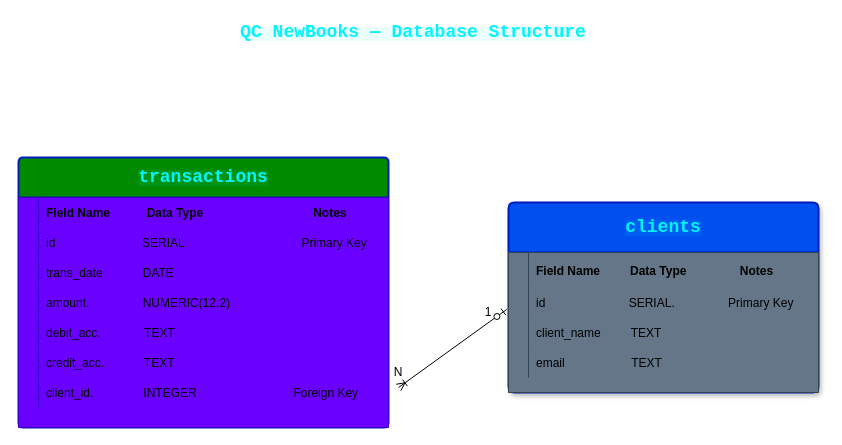
Earlier version of the draw.io diagram page "Part B — ERD" (2 of 2) of QC_NewBooks_Diagrams.drawio (RBOUHOUCHE/diagram-qc-new-books). Source tidied: cells renumbered, new cells numbered last; positions are measured from the earlier drawing's top-left corner, leaving out a move shared by most shapes. Both pictures are drawn from the tidied source at 100%, with x=0, y=0 at pixel (18, 17).
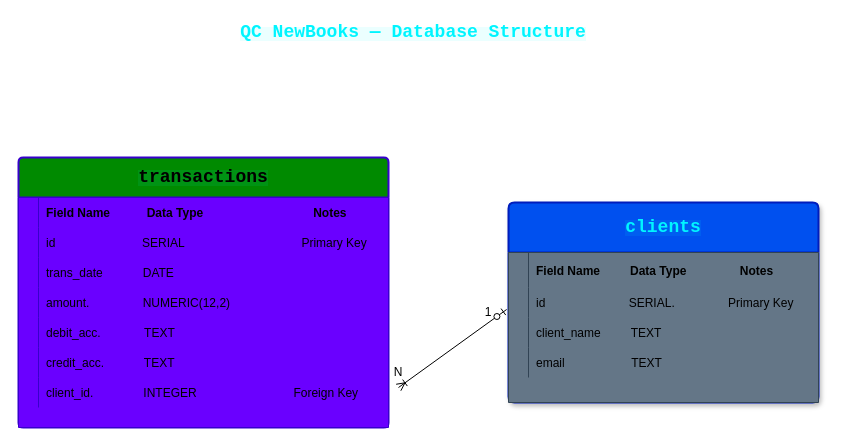
The same diagram, later.

Diff of the diagram source:
```diff
@@
-    <mxCell id="3" value="&lt;span style=&quot;font-family: &amp;quot;Share Tech Mono&amp;quot;, monospace; font-style: normal; font-variant-ligatures: normal; font-variant-caps: normal; letter-spacing: normal; orphans: 2; text-align: start; text-indent: 0px; text-transform: none; widows: 2; word-spacing: 0px; -webkit-text-stroke-width: 0px; white-space: normal; background-color: rgba(0, 245, 255, 0.08); text-decoration-thickness: initial; text-decoration-style: initial; text-decoration-color: initial; float: none; display: inline !important;&quot;&gt;&lt;font style=&quot;color: light-dark(rgb(0, 245, 255), rgb(0, 0, 0)); font-size: 18px;&quot;&gt;&lt;b style=&quot;&quot;&gt;transactions&lt;/b&gt;&lt;/font&gt;&lt;/span&gt;" style="swimlane;horizontal=1;startSize=40;rounded=1;fontSize=14;fontStyle=0;strokeWidth=2;shadow=0;dashed=0;align=center;arcSize=4;whiteSpace=wrap;html=1;fillColor=#008a00;fontColor=#ffffff;strokeColor=light-dark(#001DBC,#000066);labelBorderColor=none;" parent="1" vertex="1">
+    <mxCell id="3" value="&lt;span style=&quot;font-family: &amp;quot;Share Tech Mono&amp;quot;, monospace; font-style: normal; font-variant-ligatures: normal; font-variant-caps: normal; letter-spacing: normal; orphans: 2; text-align: start; text-indent: 0px; text-transform: none; widows: 2; word-spacing: 0px; -webkit-text-stroke-width: 0px; white-space: normal; background-color: rgba(0, 245, 255, 0.08); text-decoration-thickness: initial; text-decoration-style: initial; text-decoration-color: initial; float: none; display: inline !important;&quot;&gt;&lt;font style=&quot;font-size: 18px;&quot;&gt;&lt;b style=&quot;&quot;&gt;transactions&lt;/b&gt;&lt;/font&gt;&lt;/span&gt;" style="swimlane;horizontal=1;startSize=40;rounded=1;fontSize=14;fontStyle=0;strokeWidth=2;shadow=0;dashed=0;align=center;arcSize=4;whiteSpace=wrap;html=1;fillColor=#008a00;fontColor=light-dark(#000000,#000000);strokeColor=light-dark(#3700CC,#99004D);labelBorderColor=none;" parent="1" vertex="1">
       <mxGeometry y="140" width="370" height="270" as="geometry" />
     </mxCell>
-    <mxCell id="4" style="shape=table;startSize=0;childLayout=tableLayout;rowLines=0;fontStyle=0;align=center;strokeColor=light-dark(#3700CC,#33001A);fillColor=#6a00ff;whiteSpace=wrap;html=1;fontColor=#ffffff;" parent="3" vertex="1">
+    <mxCell id="4" style="shape=table;startSize=0;childLayout=tableLayout;rowLines=0;fontStyle=0;align=center;strokeColor=light-dark(#3700CC,#99004D);fillColor=#6a00ff;whiteSpace=wrap;html=1;fontColor=#ffffff;" parent="3" vertex="1">
       <mxGeometry y="40" width="370" height="230" as="geometry" />
     </mxCell>
-    <mxCell id="5" style="shape=tableRow;horizontal=0;startSize=0;swimlaneHead=0;swimlaneBody=0;fillColor=none;top=0;left=0;right=0;bottom=0;" parent="4" vertex="1">
+    <mxCell id="5" style="shape=tableRow;horizontal=0;startSize=0;swimlaneHead=0;swimlaneBody=0;fillColor=none;top=0;left=0;right=0;bottom=0;fontColor=light-dark(#000000,#66B2FF);" parent="4" vertex="1">
       <mxGeometry width="370" height="30" as="geometry" />
     </mxCell>
@@
-    <mxCell id="26" value="&lt;span style=&quot;font-family: &amp;quot;Share Tech Mono&amp;quot;, monospace; text-align: start; background-color: rgba(0, 245, 255, 0.08);&quot;&gt;&lt;b style=&quot;&quot;&gt;&lt;font style=&quot;font-size: 18px; color: light-dark(rgb(0, 245, 255), rgb(0, 0, 0));&quot;&gt;clients&lt;/font&gt;&lt;/b&gt;&lt;/span&gt;" style="swimlane;horizontal=1;startSize=50;rounded=1;fontSize=14;fontStyle=0;strokeWidth=2;shadow=1;dashed=0;align=center;arcSize=4;whiteSpace=wrap;html=1;fillColor=light-dark(#0050EF,#CC0066);fontColor=#ffffff;strokeColor=light-dark(#001DBC,#000066);swimlaneFillColor=default;" parent="1" vertex="1">
-      <mxGeometry x="490" y="185" width="310" height="190" as="geometry" />
+    <mxCell id="26" value="&lt;span style=&quot;font-family: &amp;quot;Share Tech Mono&amp;quot;, monospace; text-align: start; background-color: rgba(0, 245, 255, 0.08);&quot;&gt;&lt;b style=&quot;&quot;&gt;&lt;font style=&quot;font-size: 18px; color: light-dark(rgb(0, 245, 255), rgb(0, 0, 0));&quot;&gt;clients&lt;/font&gt;&lt;/b&gt;&lt;/span&gt;" style="swimlane;horizontal=1;startSize=50;rounded=1;fontSize=14;fontStyle=0;strokeWidth=2;shadow=1;dashed=0;align=center;arcSize=4;whiteSpace=wrap;html=1;fillColor=light-dark(#0050EF,#CC0066);fontColor=#ffffff;strokeColor=light-dark(#001DBC,#FFFF00);swimlaneFillColor=default;" parent="1" vertex="1">
+      <mxGeometry x="490" y="185" width="310" height="200" as="geometry" />
     </mxCell>
-    <mxCell id="27" style="shape=table;startSize=0;childLayout=tableLayout;rowLines=0;fontStyle=0;align=center;strokeColor=#314354;fillColor=#647687;whiteSpace=wrap;html=1;fontColor=#ffffff;labelBorderColor=light-dark(#000000,#000033);" parent="26" vertex="1">
-      <mxGeometry y="50" width="310" height="140" as="geometry" />
+    <mxCell id="27" style="shape=table;startSize=0;childLayout=tableLayout;rowLines=0;fontStyle=0;align=center;strokeColor=light-dark(#314354,#FFFF00);fillColor=#647687;whiteSpace=wrap;html=1;fontColor=#ffffff;labelBorderColor=light-dark(#000000,#000033);" parent="26" vertex="1">
+      <mxGeometry y="50" width="310" height="150" as="geometry" />
     </mxCell>
@@
-    <mxCell id="34" style="shape=tableRow;horizontal=0;startSize=0;swimlaneHead=0;swimlaneBody=0;fillColor=none;top=0;left=0;right=0;bottom=0;swimlaneFillColor=default;" parent="27" vertex="1">
+    <mxCell id="34" style="shape=tableRow;horizontal=0;startSize=0;swimlaneHead=0;swimlaneBody=0;fillColor=none;top=0;left=0;right=0;bottom=0;swimlaneFillColor=default;strokeColor=light-dark(#000000,#FFFF00);" parent="27" vertex="1">
       <mxGeometry y="65" width="310" height="30" as="geometry" />
     </mxCell>
```
